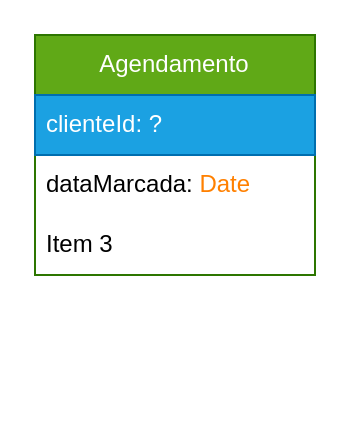
This is page "Agendamento" (5 of 5) of documentação/ideias/diagrama_de_projeto.drawio from Creath-Noite-A/Agendamento-Documentacao, a draw.io file, before an edit. Source tidied: cells renumbered, new cells numbered last; positions are measured from the earlier drawing's top-left corner, leaving out a move shared by most shapes. Both pictures are drawn from the tidied source at 200%, with x=0, y=0 at pixel (34, 34).
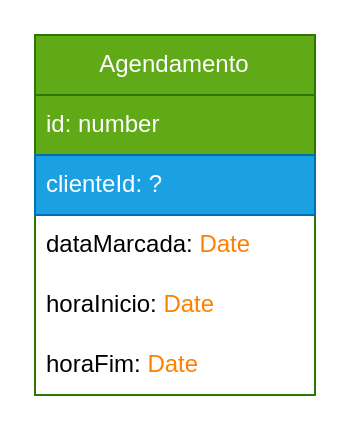
After the change.

What changed in the source:
```diff
@@
 <mxGraphModel>
   <root>
     <mxCell id="0" />
     <mxCell id="1" parent="0" />
     <mxCell id="2" value="Agendamento" style="swimlane;fontStyle=0;horizontal=1;startSize=30;whiteSpace=wrap;html=1;fillColor=#60a917;fontColor=#ffffff;strokeColor=#2D7600;" parent="1" vertex="1">
-      <mxGeometry width="140" height="120" as="geometry" />
+      <mxGeometry width="140" height="180" as="geometry" />
     </mxCell>
+    <mxCell id="6" value="id: number" style="text;strokeColor=#2D7600;fillColor=#60a917;align=left;verticalAlign=middle;spacingLeft=4;spacingRight=4;overflow=hidden;whiteSpace=wrap;html=1;fontColor=#ffffff;" parent="2" vertex="1">
+      <mxGeometry y="30" width="140" height="30" as="geometry" />
+    </mxCell>
     <mxCell id="3" value="clienteId: ?" style="text;strokeColor=#006EAF;fillColor=#1ba1e2;align=left;verticalAlign=middle;spacingLeft=4;spacingRight=4;overflow=hidden;whiteSpace=wrap;html=1;fontColor=#ffffff;" parent="2" vertex="1">
-      <mxGeometry y="30" width="140" height="30" as="geometry" />
+      <mxGeometry y="60" width="140" height="30" as="geometry" />
     </mxCell>
-    <mxCell id="4" value="dataMarcada: &lt;font color=&quot;#ff8000&quot;&gt;Date&lt;/font&gt;" style="text;strokeColor=none;fillColor=none;align=left;verticalAlign=middle;spacingLeft=4;spacingRight=4;overflow=hidden;whiteSpace=wrap;html=1;" parent="2" vertex="1">
-      <mxGeometry y="60" width="140" height="30" as="geometry" />
+    <mxCell id="4" value="dataMarcada: &lt;font color=&quot;#ff8000&quot;&gt;Date&lt;/font&gt;" style="text;strokeColor=none;fillColor=none;align=left;verticalAlign=middle;spacingLeft=4;spacingRight=4;overflow=hidden;whiteSpace=wrap;html=1;fontColor=#000000;" parent="2" vertex="1">
+      <mxGeometry y="90" width="140" height="30" as="geometry" />
     </mxCell>
-    <mxCell id="5" value="Item 3" style="text;strokeColor=none;fillColor=none;align=left;verticalAlign=middle;spacingLeft=4;spacingRight=4;overflow=hidden;whiteSpace=wrap;html=1;" parent="2" vertex="1">
-      <mxGeometry y="90" width="140" height="30" as="geometry" />
+    <mxCell id="5" value="horaInicio: &lt;font color=&quot;#ff8000&quot;&gt;Date&lt;/font&gt;" style="text;strokeColor=none;fillColor=none;align=left;verticalAlign=middle;spacingLeft=4;spacingRight=4;overflow=hidden;whiteSpace=wrap;html=1;" parent="2" vertex="1">
+      <mxGeometry y="120" width="140" height="30" as="geometry" />
     </mxCell>
+    <mxCell id="7" value="horaFim: &lt;font color=&quot;#ff8000&quot;&gt;Date&lt;/font&gt;" style="text;strokeColor=none;fillColor=none;align=left;verticalAlign=middle;spacingLeft=4;spacingRight=4;overflow=hidden;whiteSpace=wrap;html=1;" parent="2" vertex="1">
+      <mxGeometry y="150" width="140" height="30" as="geometry" />
+    </mxCell>
   </root>
 </mxGraphModel>
```
